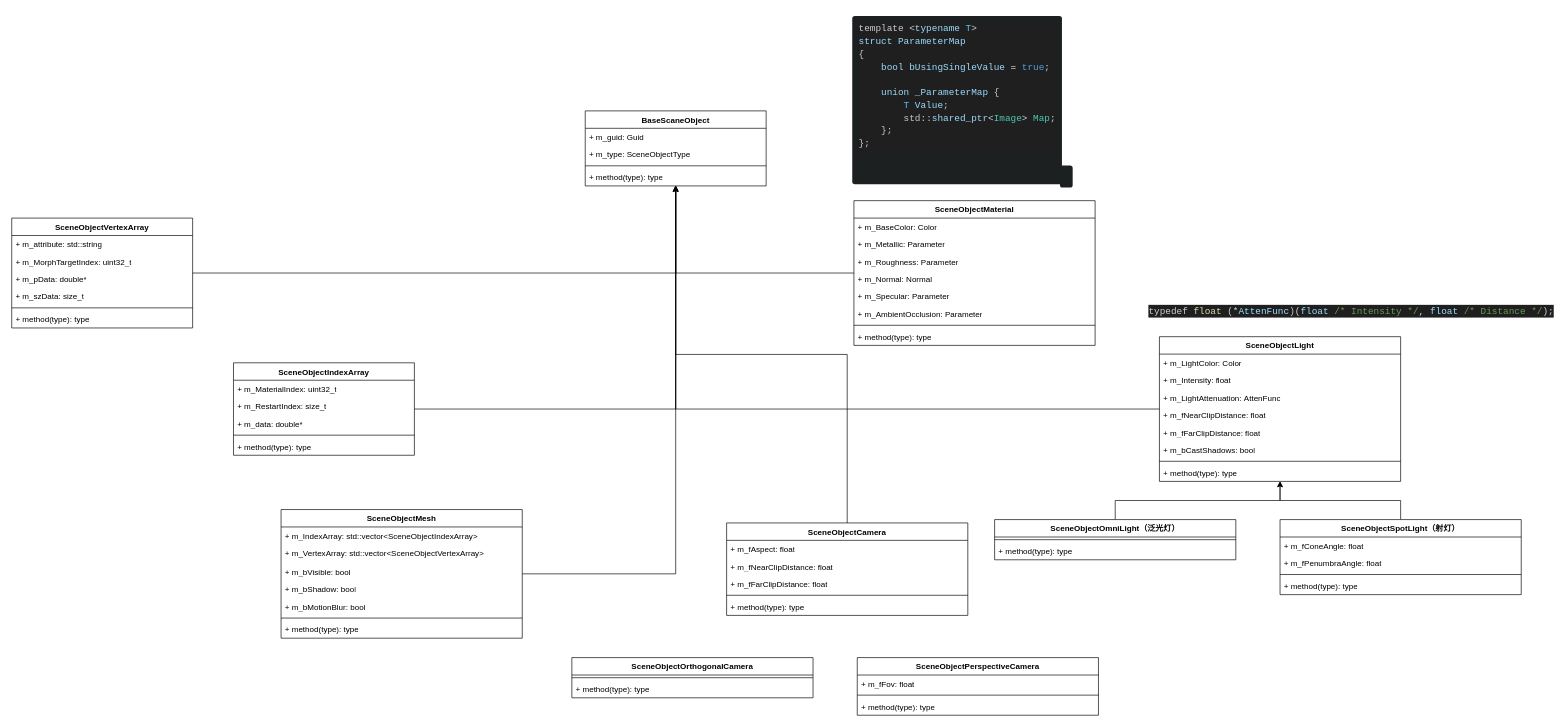
Earlier version of the draw.io diagram page "场景管理" (2 of 2) of GameEngine.drawio (yzscodehub/Resource). Source tidied: cells renumbered, new cells numbered last; positions are measured from the earlier drawing's top-left corner, leaving out a move shared by most shapes. Both pictures are drawn from the tidied source at 67%, with x=0, y=0 at pixel (11, 11).
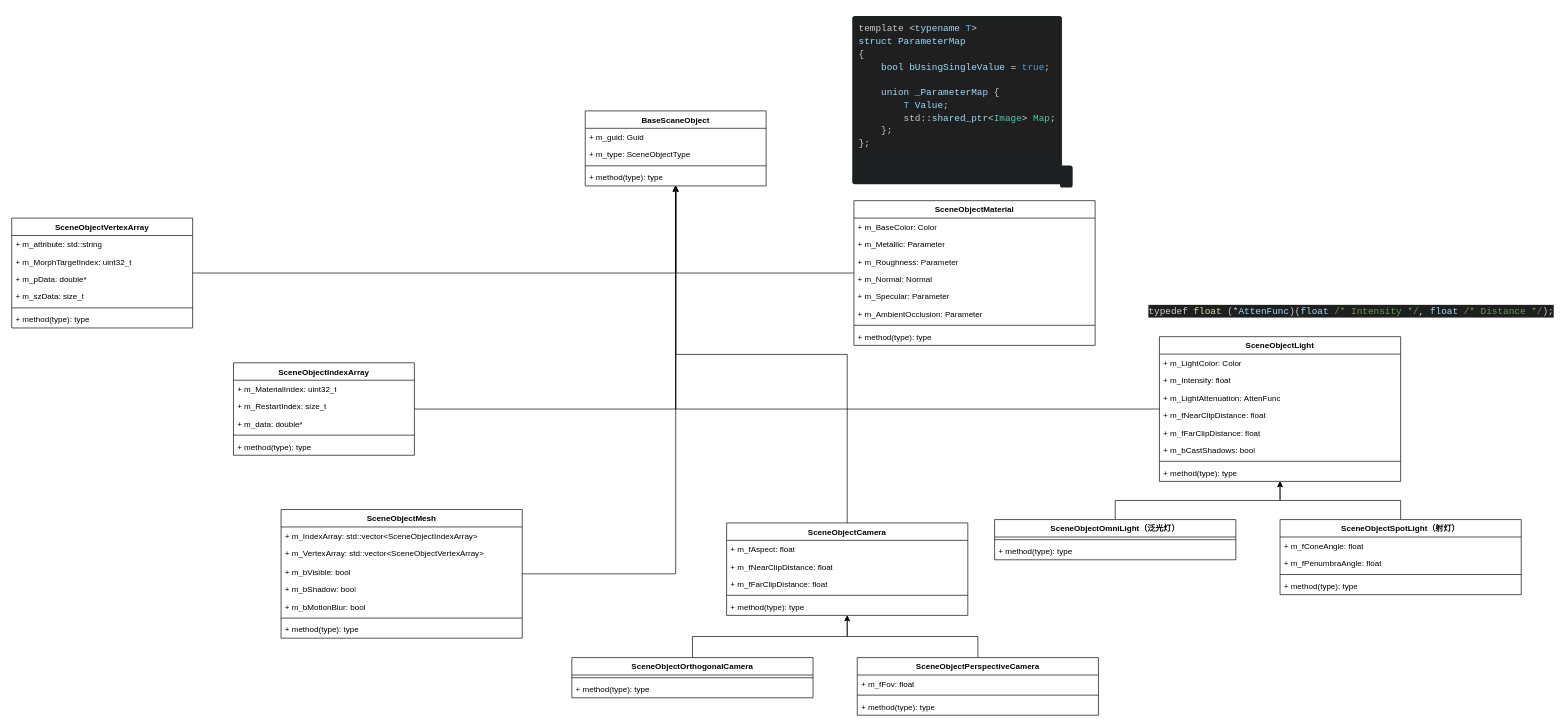
The same page after the edit.

The change refers to these unchanged cells:
```xml
<mxCell id="65" value="&lt;b style=&quot;border-color: var(--darkreader-border--border-color); --darkreader-inline-border: var(--darkreader-border--darkreader-border--border-color);&quot;&gt;SceneObjectCamera&lt;/b&gt;" style="swimlane;fontStyle=1;align=center;verticalAlign=top;horizontal=1;startSize=26;whiteSpace=wrap;html=1;" parent="1" vertex="1">
  <mxGeometry x="1067" y="763" width="360" height="138" as="geometry" />
</mxCell>
<mxCell id="71" value="&lt;b style=&quot;border-color: var(--darkreader-border--border-color); --darkreader-inline-border: var(--darkreader-border--darkreader-border--border-color);&quot;&gt;SceneObjectOrthogonal&lt;b style=&quot;background-color: initial; color: rgb(0, 0, 0); border-color: var(--darkreader-border--border-color); --darkreader-inline-border: var(--darkreader-border--darkreader-border--border-color); --darkreader-inline-bgcolor: initial; --darkreader-inline-color: #e8e6e3;&quot;&gt;Camera&lt;/b&gt;&lt;br&gt;&lt;/b&gt;" style="swimlane;fontStyle=1;align=center;verticalAlign=top;horizontal=1;startSize=26;whiteSpace=wrap;html=1;" parent="1" vertex="1">
  <mxGeometry x="836" y="964" width="360" height="60" as="geometry" />
</mxCell>
<mxCell id="74" value="&lt;b style=&quot;border-color: var(--darkreader-border--border-color); --darkreader-inline-border: var(--darkreader-border--darkreader-border--border-color);&quot;&gt;SceneObjectPerspective&lt;b style=&quot;background-color: initial; color: rgb(0, 0, 0); border-color: var(--darkreader-border--border-color); --darkreader-inline-border: var(--darkreader-border--darkreader-border--border-color); --darkreader-inline-bgcolor: initial; --darkreader-inline-color: #e8e6e3;&quot;&gt;Camera&lt;/b&gt;&lt;br&gt;&lt;/b&gt;" style="swimlane;fontStyle=1;align=center;verticalAlign=top;horizontal=1;startSize=26;whiteSpace=wrap;html=1;" parent="1" vertex="1">
  <mxGeometry x="1262" y="964" width="360" height="86" as="geometry" />
</mxCell>
```

Change to the diagram source:
```diff
@@
+    <mxCell id="78" style="edgeStyle=orthogonalEdgeStyle;rounded=0;jettySize=auto;html=1;" parent="1" edge="1" source="71" target="65">
+      <mxGeometry relative="1" as="geometry" />
+    </mxCell>
@@
+    <mxCell id="79" style="edgeStyle=orthogonalEdgeStyle;rounded=0;jettySize=auto;html=1;" parent="1" edge="1" source="74" target="65">
+      <mxGeometry relative="1" as="geometry" />
+    </mxCell>
```
